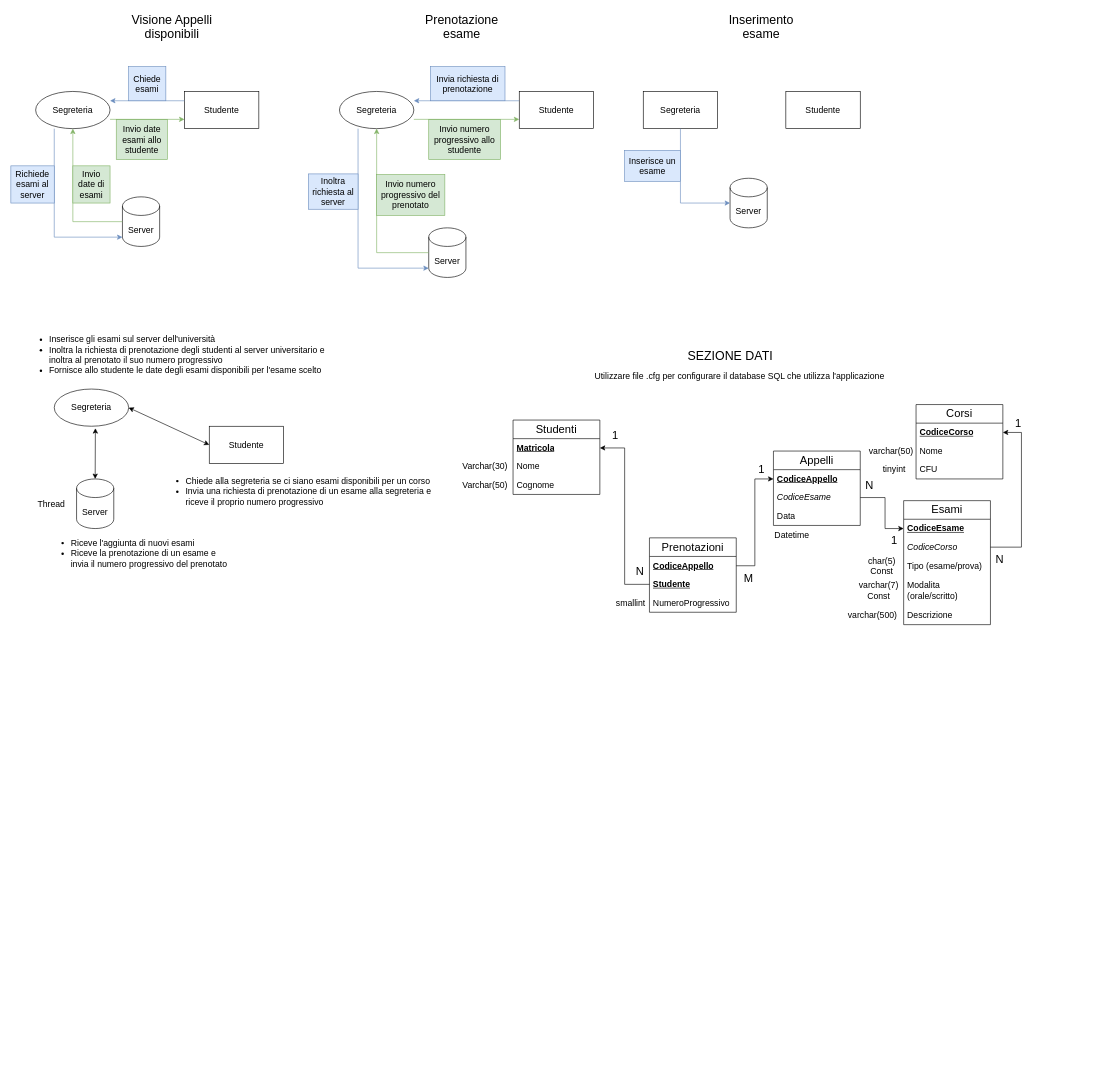
This is documentazione/Architettura.drawio from NicolaPonticelli001/reti_di_calcolatori_gestionale_uni, a draw.io file, before an edit. Source tidied: cells renumbered, new cells numbered last; positions are measured from the earlier drawing's top-left corner, leaving out a move shared by most shapes. Both pictures are drawn from the tidied source at 62%, with x=0, y=0 at pixel (11, 11).
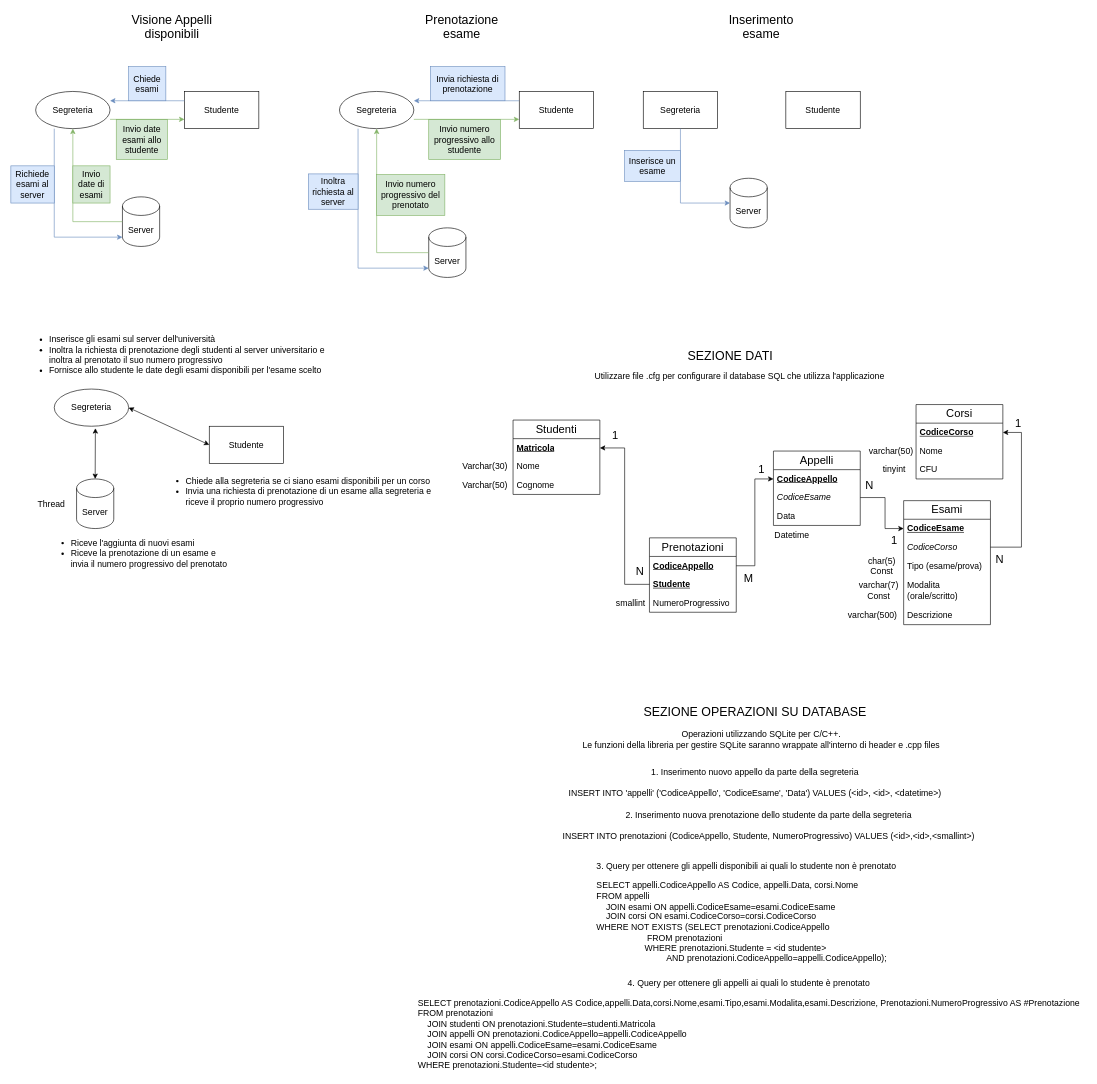
The same diagram, later.

Commit message:
Aggiunta query database

Aggiunta delle query sul database per le operazioni richieste dalla segreteria ed effettuate dal server.

The edit, as a diff of the source:
```diff
@@
+    <mxCell id="86" value="SEZIONE OPERAZIONI SU DATABASE" style="text;html=1;align=center;verticalAlign=middle;strokeColor=none;fillColor=none;fontSize=20;" parent="1" vertex="1">
+      <mxGeometry x="1010" y="1110" width="380" height="40" as="geometry" />
+    </mxCell>
+    <mxCell id="87" value="Operazioni utilizzando SQLite per C/C++.&lt;br&gt;Le funzioni della libreria per gestire SQLite saranno wrappate all'interno di header e .cpp files" style="text;html=1;align=center;verticalAlign=middle;strokeColor=none;fillColor=none;fontSize=14;" parent="1" vertex="1">
+      <mxGeometry x="910" y="1150" width="600" height="50" as="geometry" />
+    </mxCell>
+    <mxCell id="88" value="&lt;font style=&quot;&quot;&gt;&lt;font style=&quot;font-size: 14px;&quot;&gt;3. Query per ottenere gli appelli disponibili ai quali lo studente non è prenotato&lt;br&gt;&lt;/font&gt;&lt;br&gt;&lt;div style=&quot;text-align: left;&quot;&gt;&lt;span style=&quot;font-size: 14px;&quot;&gt;SELECT appelli.CodiceAppello AS Codice, appelli.Data, corsi.Nome&lt;/span&gt;&lt;/div&gt;&lt;div style=&quot;text-align: left;&quot;&gt;&lt;span style=&quot;font-size: 14px;&quot;&gt;FROM appelli&lt;/span&gt;&lt;/div&gt;&lt;div style=&quot;text-align: left;&quot;&gt;&lt;span style=&quot;font-size: 14px;&quot;&gt;&lt;span style=&quot;&quot;&gt;&lt;span style=&quot;white-space: pre;&quot;&gt;&amp;nbsp;&amp;nbsp;&amp;nbsp;&amp;nbsp;&lt;/span&gt;&lt;/span&gt;JOIN esami ON appelli.CodiceEsame=esami.CodiceEsame&lt;/span&gt;&lt;/div&gt;&lt;div style=&quot;text-align: left;&quot;&gt;&lt;span style=&quot;font-size: 14px;&quot;&gt;&amp;nbsp; &amp;nbsp; JOIN corsi ON esami.CodiceCorso=corsi.CodiceCorso&lt;/span&gt;&lt;/div&gt;&lt;div style=&quot;text-align: left;&quot;&gt;&lt;span style=&quot;font-size: 14px;&quot;&gt;WHERE NOT EXISTS (SELECT prenotazioni.CodiceAppello&lt;/span&gt;&lt;/div&gt;&lt;div style=&quot;text-align: left;&quot;&gt;&lt;span style=&quot;font-size: 14px;&quot;&gt;&amp;nbsp;&lt;span style=&quot;&quot;&gt;&lt;span style=&quot;white-space: pre;&quot;&gt;&amp;nbsp;&amp;nbsp;&amp;nbsp;&amp;nbsp;&lt;/span&gt;&lt;span style=&quot;white-space: pre;&quot;&gt;&amp;nbsp;&amp;nbsp;&amp;nbsp;&amp;nbsp;&lt;/span&gt;&lt;span style=&quot;white-space: pre;&quot;&gt;&amp;nbsp;&amp;nbsp;&amp;nbsp;&amp;nbsp;&lt;/span&gt;&lt;span style=&quot;white-space: pre;&quot;&gt;&amp;nbsp;&amp;nbsp;&amp;nbsp;&amp;nbsp;&lt;/span&gt;&lt;span style=&quot;white-space: pre;&quot;&gt;&amp;nbsp;&amp;nbsp;&amp;nbsp;&amp;nbsp;&lt;/span&gt;&lt;/span&gt;FROM prenotazioni&lt;/span&gt;&lt;/div&gt;&lt;div style=&quot;text-align: left;&quot;&gt;&lt;span style=&quot;font-size: 14px;&quot;&gt;&lt;span style=&quot;&quot;&gt;&lt;span style=&quot;white-space: pre;&quot;&gt;&amp;nbsp;&amp;nbsp;&amp;nbsp;&amp;nbsp;&lt;/span&gt;&lt;span style=&quot;white-space: pre;&quot;&gt;&amp;nbsp;&amp;nbsp;&amp;nbsp;&amp;nbsp;&lt;/span&gt;&lt;span style=&quot;white-space: pre;&quot;&gt;&amp;nbsp;&amp;nbsp;&amp;nbsp;&amp;nbsp;&lt;/span&gt;&lt;span style=&quot;white-space: pre;&quot;&gt;&amp;nbsp;&amp;nbsp;&amp;nbsp;&amp;nbsp;&lt;/span&gt;&lt;span style=&quot;white-space: pre;&quot;&gt;&amp;nbsp;&amp;nbsp;&amp;nbsp;&amp;nbsp;&lt;/span&gt;&lt;/span&gt;WHERE prenotazioni.Studente = &amp;lt;id studente&amp;gt;&lt;/span&gt;&lt;/div&gt;&lt;div style=&quot;text-align: left;&quot;&gt;&lt;span style=&quot;font-size: 14px;&quot;&gt;&amp;nbsp; &amp;nbsp; &amp;nbsp; &amp;nbsp; &amp;nbsp; &amp;nbsp; &amp;nbsp; &amp;nbsp; &amp;nbsp;&lt;span style=&quot;&quot;&gt;&lt;span style=&quot;white-space: pre;&quot;&gt;&amp;nbsp;&amp;nbsp;&amp;nbsp;&amp;nbsp;&lt;/span&gt;&lt;span style=&quot;white-space: pre;&quot;&gt;&amp;nbsp;&amp;nbsp;&amp;nbsp;&amp;nbsp;&lt;/span&gt;&lt;span style=&quot;white-space: pre;&quot;&gt;&amp;nbsp;&amp;nbsp;&amp;nbsp;&amp;nbsp;&lt;/span&gt;&lt;/span&gt;AND prenotazioni.CodiceAppello=appelli.CodiceAppello);&lt;/span&gt;&lt;/div&gt;&lt;/font&gt;" style="text;html=1;align=center;verticalAlign=middle;strokeColor=none;fillColor=none;" parent="1" vertex="1">
+      <mxGeometry x="931" y="1363.5" width="510" height="180" as="geometry" />
+    </mxCell>
+    <mxCell id="89" value="&lt;font style=&quot;&quot;&gt;&lt;font style=&quot;font-size: 14px;&quot;&gt;4. Query per ottenere gli appelli ai quali lo studente è prenotato&lt;br&gt;&lt;/font&gt;&lt;br&gt;&lt;div style=&quot;text-align: left;&quot;&gt;&lt;span style=&quot;font-size: 14px;&quot;&gt;SELECT prenotazioni.CodiceAppello AS Codice,appelli.Data,corsi.Nome,esami.Tipo,esami.Modalita,esami.Descrizione, Prenotazioni.NumeroProgressivo AS #Prenotazione&lt;/span&gt;&lt;/div&gt;&lt;div style=&quot;text-align: left;&quot;&gt;&lt;span style=&quot;font-size: 14px; background-color: initial;&quot;&gt;FROM prenotazioni&amp;nbsp;&lt;/span&gt;&lt;/div&gt;&lt;div style=&quot;text-align: left;&quot;&gt;&lt;span style=&quot;font-size: 14px;&quot;&gt;&lt;span style=&quot;&quot;&gt;&lt;span style=&quot;white-space: pre;&quot;&gt;&amp;nbsp;&amp;nbsp;&amp;nbsp;&amp;nbsp;&lt;/span&gt;&lt;/span&gt;JOIN studenti ON prenotazioni.Studente=studenti.Matricola&amp;nbsp;&lt;/span&gt;&lt;/div&gt;&lt;div style=&quot;text-align: left;&quot;&gt;&lt;span style=&quot;font-size: 14px;&quot;&gt;&amp;nbsp; &amp;nbsp; JOIN appelli ON prenotazioni.CodiceAppello=appelli.CodiceAppello&amp;nbsp;&lt;/span&gt;&lt;/div&gt;&lt;div style=&quot;text-align: left;&quot;&gt;&lt;span style=&quot;font-size: 14px;&quot;&gt;&amp;nbsp; &amp;nbsp; JOIN esami ON appelli.CodiceEsame=esami.CodiceEsame&lt;/span&gt;&lt;/div&gt;&lt;div style=&quot;text-align: left;&quot;&gt;&lt;span style=&quot;font-size: 14px;&quot;&gt;&amp;nbsp; &amp;nbsp; JOIN corsi ON corsi.CodiceCorso=esami.CodiceCorso&lt;/span&gt;&lt;/div&gt;&lt;div style=&quot;text-align: left;&quot;&gt;&lt;span style=&quot;font-size: 14px;&quot;&gt;WHERE prenotazioni.Studente=&amp;lt;id studente&amp;gt;;&lt;/span&gt;&lt;/div&gt;&lt;/font&gt;" style="text;html=1;align=center;verticalAlign=middle;strokeColor=none;fillColor=none;" parent="1" vertex="1">
+      <mxGeometry x="645" y="1555" width="1090" height="160" as="geometry" />
+    </mxCell>
+    <mxCell id="90" value="&lt;font style=&quot;font-size: 14px;&quot;&gt;1. Inserimento nuovo appello da parte della segreteria&lt;br&gt;&lt;br&gt;INSERT INTO 'appelli' ('CodiceAppello', 'CodiceEsame', 'Data') VALUES (&amp;lt;id&amp;gt;, &amp;lt;id&amp;gt;, &amp;lt;datetime&amp;gt;)&lt;/font&gt;" style="text;html=1;align=center;verticalAlign=middle;strokeColor=none;fillColor=none;" parent="1" vertex="1">
+      <mxGeometry x="890" y="1215" width="620" height="60" as="geometry" />
+    </mxCell>
+    <mxCell id="91" value="&lt;font style=&quot;font-size: 14px;&quot;&gt;2. Inserimento nuova prenotazione dello studente da parte della segreteria&lt;br&gt;&lt;br&gt;INSERT INTO prenotazioni (CodiceAppello, Studente, NumeroProgressivo) VALUES (&amp;lt;id&amp;gt;,&amp;lt;id&amp;gt;,&amp;lt;smallint&amp;gt;)&lt;/font&gt;" style="text;html=1;align=center;verticalAlign=middle;strokeColor=none;fillColor=none;" parent="1" vertex="1">
+      <mxGeometry x="877" y="1285" width="690" height="60" as="geometry" />
+    </mxCell>
```
